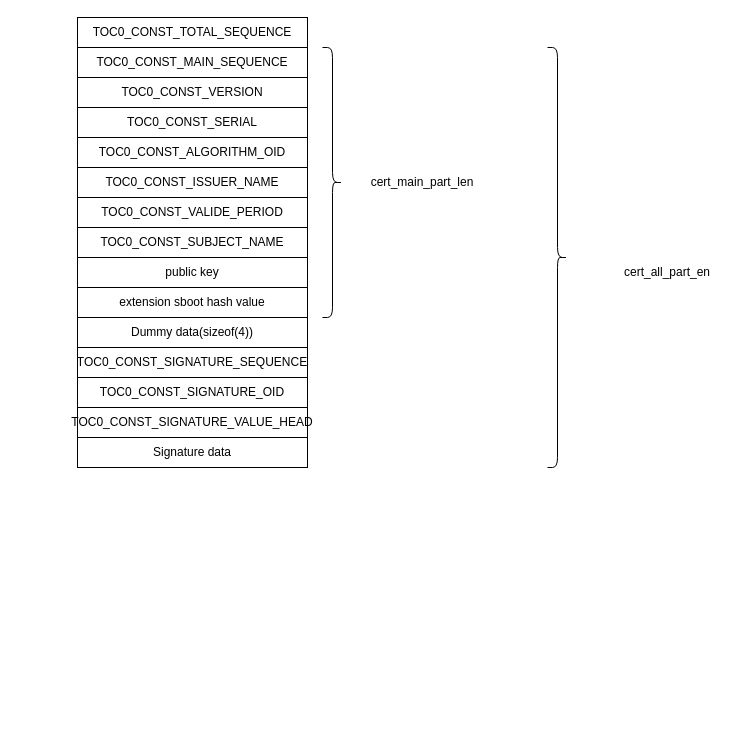
AsuraZeng/just-for-mark keeps this draw.io diagram as toc1 cert.drawio. Above is the earlier version. Source tidied: cells renumbered, new cells numbered last; positions are measured from the earlier drawing's top-left corner, leaving out a move shared by most shapes. Both pictures are drawn from the tidied source at 100%, with x=0, y=0 at pixel (77, 17).
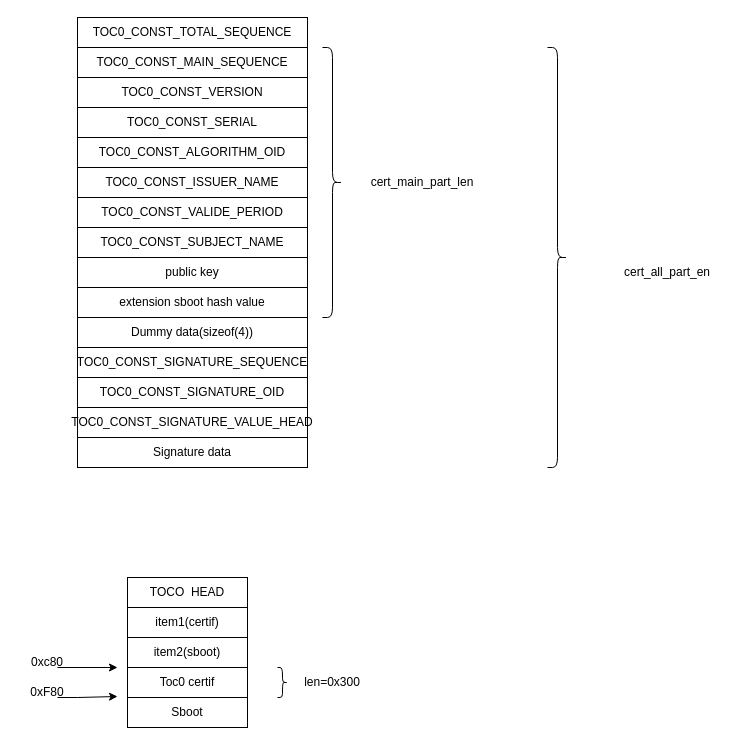
After the change.

Diff of the diagram source:
```diff
@@
+    <mxCell id="21" value="item1(certif)" style="rounded=0;whiteSpace=wrap;html=1;" parent="1" vertex="1">
+      <mxGeometry x="50" y="590" width="120" height="30" as="geometry" />
+    </mxCell>
+    <mxCell id="22" value="item2(sboot)" style="rounded=0;whiteSpace=wrap;html=1;" parent="1" vertex="1">
+      <mxGeometry x="50" y="620" width="120" height="30" as="geometry" />
+    </mxCell>
+    <mxCell id="23" value="Toc0 certif" style="rounded=0;whiteSpace=wrap;html=1;" parent="1" vertex="1">
+      <mxGeometry x="50" y="650" width="120" height="30" as="geometry" />
+    </mxCell>
+    <mxCell id="24" value="Sboot" style="rounded=0;whiteSpace=wrap;html=1;" parent="1" vertex="1">
+      <mxGeometry x="50" y="680" width="120" height="30" as="geometry" />
+    </mxCell>
+    <mxCell id="25" style="endArrow=classic;html=1;rounded=0;" parent="1" edge="1">
+      <mxGeometry relative="1" as="geometry">
+        <mxPoint x="-20" y="650" as="sourcePoint" />
+        <mxPoint x="40" y="650" as="targetPoint" />
+      </mxGeometry>
+    </mxCell>
+    <mxCell id="26" value="0xc80" style="text;html=1;strokeColor=none;fillColor=none;align=center;verticalAlign=middle;whiteSpace=wrap;rounded=0;" parent="1" vertex="1">
+      <mxGeometry x="-60" y="630" width="60" height="30" as="geometry" />
+    </mxCell>
+    <mxCell id="27" style="endArrow=classic;html=1;rounded=0;" parent="1" edge="1">
+      <mxGeometry relative="1" as="geometry">
+        <mxPoint x="-20" y="680" as="sourcePoint" />
+        <mxPoint x="40" y="679" as="targetPoint" />
+        <Array as="points">
+          <mxPoint y="680" />
+        </Array>
+      </mxGeometry>
+    </mxCell>
+    <mxCell id="28" value="TOCO&amp;nbsp; HEAD" style="rounded=0;whiteSpace=wrap;html=1;" parent="1" vertex="1">
+      <mxGeometry x="50" y="560" width="120" height="30" as="geometry" />
+    </mxCell>
+    <mxCell id="29" style="shape=curlyBracket;whiteSpace=wrap;html=1;rounded=1;flipH=1;labelPosition=right;verticalLabelPosition=middle;align=left;verticalAlign=middle;" parent="1" vertex="1">
+      <mxGeometry x="200" y="650" width="10" height="30" as="geometry" />
+    </mxCell>
+    <mxCell id="30" value="len=0x300" style="text;html=1;strokeColor=none;fillColor=none;align=center;verticalAlign=middle;whiteSpace=wrap;rounded=0;" parent="1" vertex="1">
+      <mxGeometry x="225" y="650" width="60" height="30" as="geometry" />
+    </mxCell>
+    <mxCell id="31" value="0xF80" style="text;html=1;strokeColor=none;fillColor=none;align=center;verticalAlign=middle;whiteSpace=wrap;rounded=0;" parent="1" vertex="1">
+      <mxGeometry x="-60" y="660" width="60" height="30" as="geometry" />
+    </mxCell>
```
